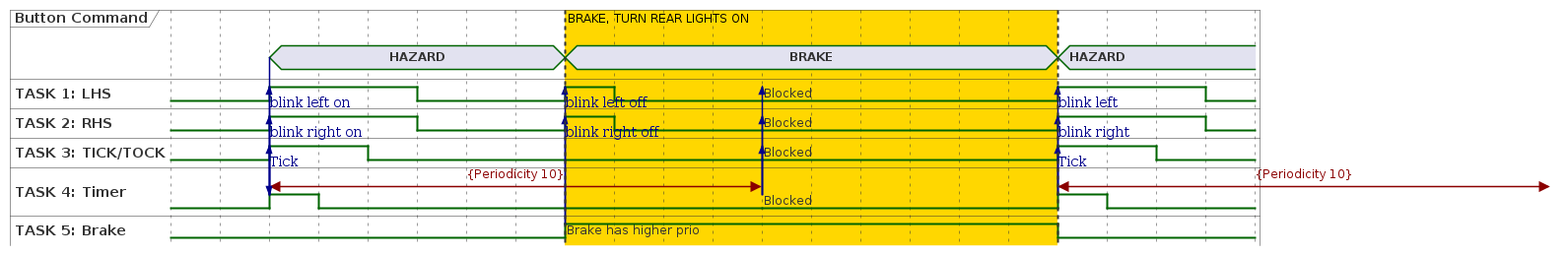
Earlier version of the PlantUML export puml/png/step_6.png (cygni/cts2023-turn-cygnicator). Source of this version:
```plantuml
@startuml

concise "Button Command" as button
binary "TASK 1: LHS" as t1
binary "TASK 2: RHS" as t2
binary "TASK 3: TICK/TOCK" as t3
binary "TASK 4: Timer" as t4
binary "TASK 5: Brake" as t5
hide time-axis
@0

@2
t4@2 <-> @12 : {Periodicity 10}
button is "HAZARD"
button -> t4
t4 is high
t4 -> t1 : blink left on
t1 is high
t4 -> t2 : blink right on
t2 is high
t4 -> t3 : Tick
t3 is high
@3
t4 is low
@4
t3 is low
@5
t1 is low
t2 is low

@8
highlight 8 to 18 #Gold : BRAKE, TURN REAR LIGHTS ON
button is "BRAKE"
t5 is high : Brake has higher prio
t5 -> t1 : blink left off
t5 -> t2  : blink right off
t1 is high
t2 is high
@9
t1 is low
t2 is low
@12
t4 -> t1
t4 -> t2
t4 -> t3
t4 is low : Blocked
t3 is low : Blocked
t1 is low : Blocked
t2 is low : Blocked


@18
button is "HAZARD"
t4@18 <-> @28 : {Periodicity 10}
t5 is low
t4 is high
t4 -> t1 : blink left
t1 is high
t4 -> t2 : blink right
t2 is high
t4 -> t3 : Tick
t3 is high
@19
t4 is low
@20
t3 is low
@21
t1 is low
t2 is low

@enduml
```
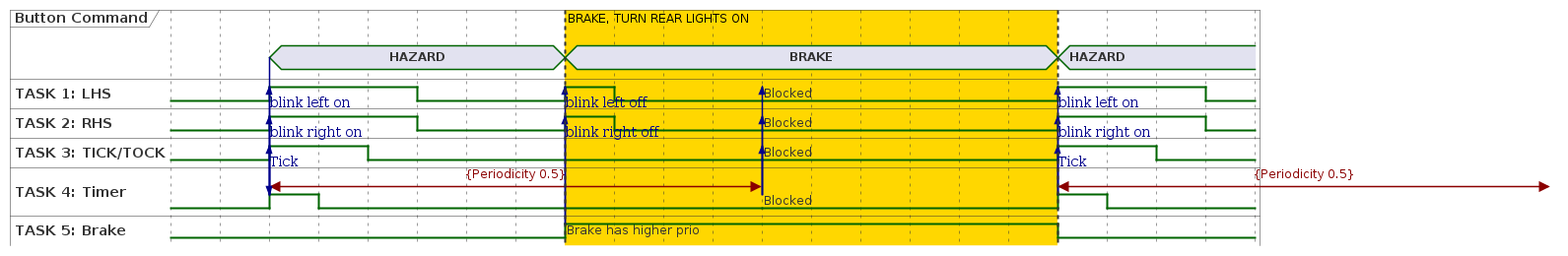
After the commit.

The edit, as a diff of the source:
```diff
@@ -10,7 +10,7 @@
 @0
 
 @2
-t4@2 <-> @12 : {Periodicity 10}
+t4@2 <-> @12 : {Periodicity 0.5}
 button is "HAZARD"
 button -> t4
 t4 is high
@@ -51,12 +51,12 @@
 
 @18
 button is "HAZARD"
-t4@18 <-> @28 : {Periodicity 10}
+t4@18 <-> @28 : {Periodicity 0.5}
 t5 is low
 t4 is high
-t4 -> t1 : blink left
+t4 -> t1 : blink left on
 t1 is high
-t4 -> t2 : blink right
+t4 -> t2 : blink right on
 t2 is high
 t4 -> t3 : Tick
 t3 is high
```
